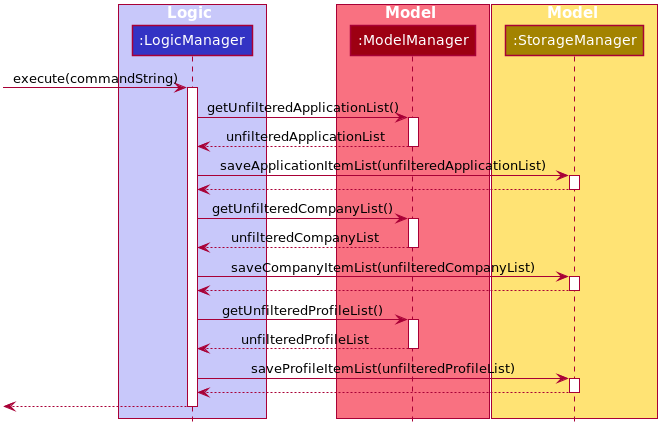
The PlantUML diagram docs/images/SavingDataSequenceDiagram.png in shawn-nyk/tp, before a commit.
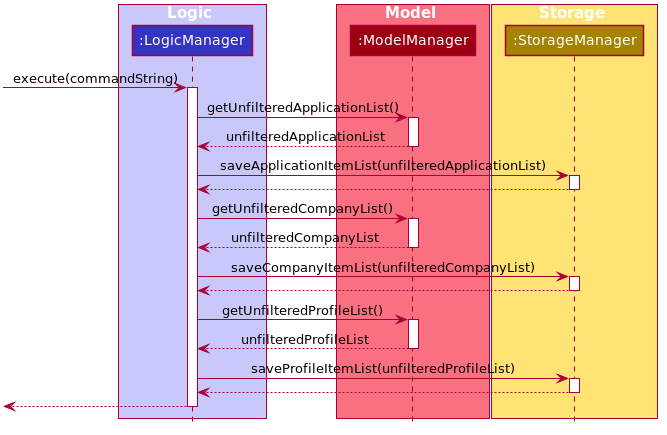
After the commit.

What changed in the source:
```diff
@@ -57,7 +57,7 @@
 participant ":ModelManager" as Model #9D0012
 end box
 
-box Model #FFE374
+box Storage #FFE374
 participant ":StorageManager" as Storage #A38300
 end box
 
```
